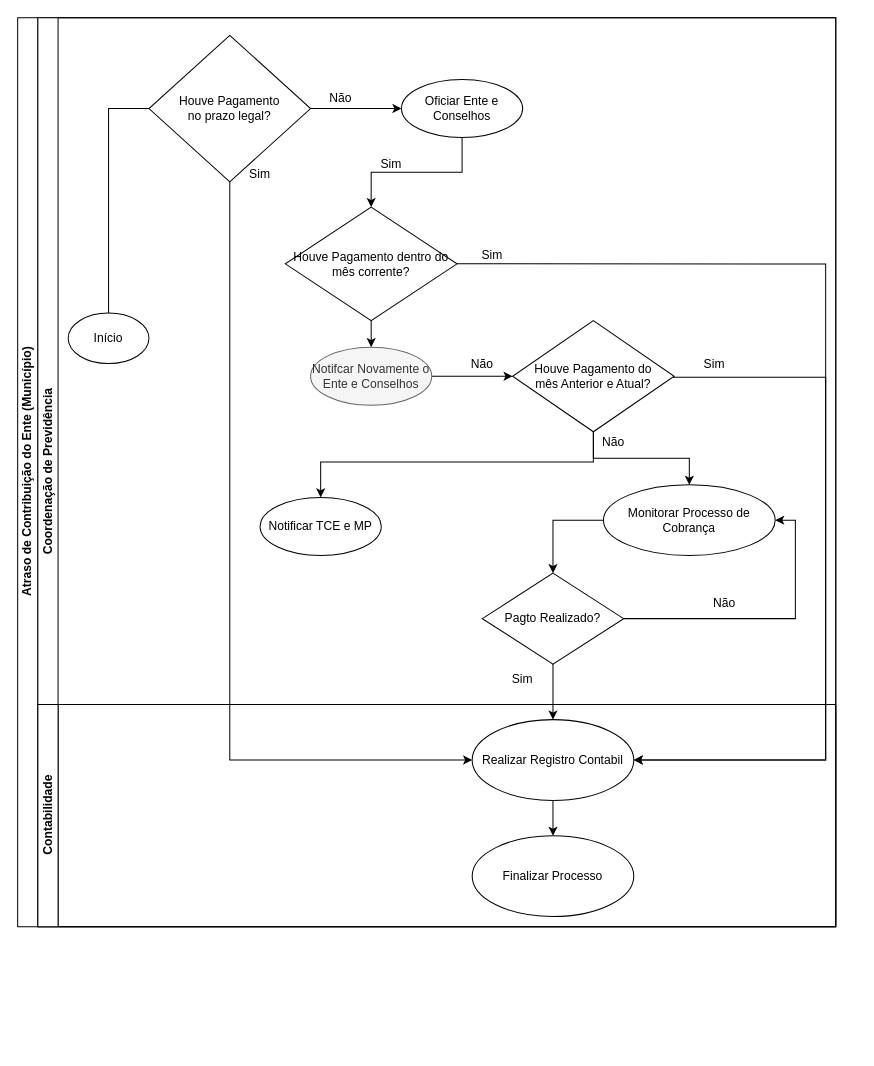
Above: CobrancaAtrasoDoEnte.drawio in Ramaniks/fluxogramas-toledoprev (draw.io), before the change. Source tidied: cells renumbered, new cells numbered last; positions are measured from the earlier drawing's top-left corner, leaving out a move shared by most shapes. Both pictures are drawn from the tidied source at 101%, with x=0, y=0 at pixel (17, 17).
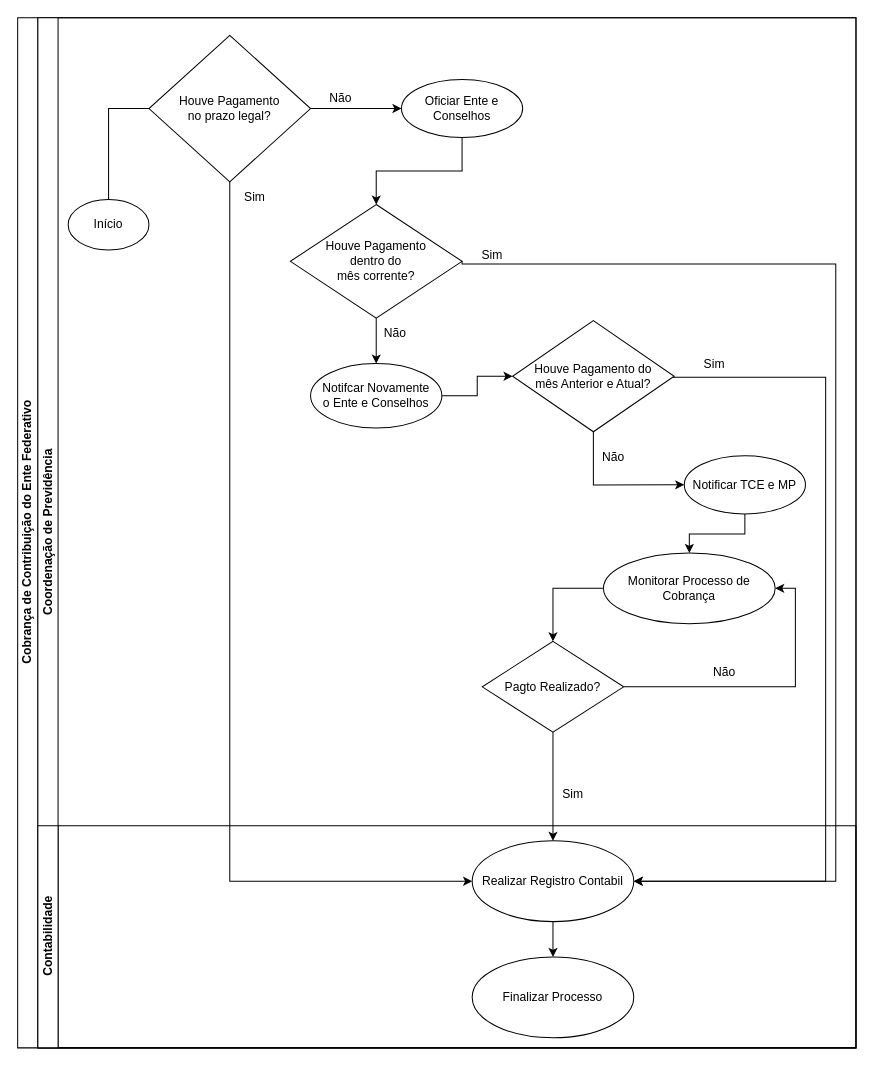
Above is the later version.

Commit message (it also covers changes not shown here):
Novos Ajustes visuais conforme mudou o entendimento.

The change refers to these unchanged cells:
```xml
<mxCell id="13" value="Houve Pagamento &lt;br&gt;no prazo legal?" style="rhombus;whiteSpace=wrap;html=1;" parent="3" vertex="1">
  <mxGeometry x="110" y="17.5" width="160" height="145" as="geometry" />
</mxCell>
<mxCell id="20" value="Houve Pagamento do &lt;br&gt;mês Anterior e Atual?" style="rhombus;whiteSpace=wrap;html=1;" parent="3" vertex="1">
  <mxGeometry x="470" y="300" width="160" height="110" as="geometry" />
</mxCell>
<mxCell id="34" value="Realizar Registro Contabil" style="ellipse;whiteSpace=wrap;html=1;" parent="32" vertex="1">
  <mxGeometry x="430" y="15" width="160" height="80" as="geometry" />
</mxCell>
```

Diff of the diagram source:
```diff
@@
-    <mxCell id="2" value="Atraso de Contribuição do Ente (Município)" style="swimlane;horizontal=0;startSize=20;html=1;" parent="1" vertex="1">
-      <mxGeometry width="810" height="900" as="geometry" />
+    <mxCell id="2" value="Cobrança de Contribuição do Ente Federativo" style="swimlane;horizontal=0;startSize=20;html=1;" parent="1" vertex="1">
+      <mxGeometry width="830" height="1020" as="geometry" />
     </mxCell>
     <mxCell id="3" value="Coordenação de Previdência" style="swimlane;startSize=20;horizontal=0;html=1;" parent="2" vertex="1">
-      <mxGeometry x="20" width="790" height="900" as="geometry" />
+      <mxGeometry x="20" width="810" height="1020" as="geometry" />
     </mxCell>
     <mxCell id="4" value="Início" style="ellipse;whiteSpace=wrap;html=1;" parent="3" vertex="1">
-      <mxGeometry x="30" y="292.5" width="80" height="50" as="geometry" />
+      <mxGeometry x="30" y="180" width="80" height="50" as="geometry" />
     </mxCell>
@@
-    <mxCell id="8" value="Notifcar Novamente o Ente e Conselhos" style="ellipse;whiteSpace=wrap;html=1;fillColor=#f5f5f5;fontColor=#333333;strokeColor=#666666;" parent="3" vertex="1">
-      <mxGeometry x="270" y="326.2" width="120" height="57.5" as="geometry" />
+    <mxCell id="8" value="Notifcar Novamente &lt;br&gt;o Ente e Conselhos" style="ellipse;whiteSpace=wrap;html=1;" parent="3" vertex="1">
+      <mxGeometry x="270" y="342.5" width="130" height="63.8" as="geometry" />
     </mxCell>
@@
     <mxCell id="10" value="Monitorar Processo de Cobrança" style="ellipse;whiteSpace=wrap;html=1;" parent="3" vertex="1">
-      <mxGeometry x="560" y="462.5" width="170" height="70" as="geometry" />
+      <mxGeometry x="560" y="530" width="170" height="70" as="geometry" />
     </mxCell>
@@
     <mxCell id="14" value="Sim" style="text;html=1;strokeColor=none;fillColor=none;align=center;verticalAlign=middle;whiteSpace=wrap;rounded=0;" parent="3" vertex="1">
-      <mxGeometry x="190" y="140" width="60" height="30" as="geometry" />
+      <mxGeometry x="185" y="162.5" width="60" height="30" as="geometry" />
     </mxCell>
@@
-    <mxCell id="16" value="Sim" style="text;html=1;strokeColor=none;fillColor=none;align=center;verticalAlign=middle;whiteSpace=wrap;rounded=0;" parent="3" vertex="1">
-      <mxGeometry x="320" y="130" width="60" height="30" as="geometry" />
-    </mxCell>
     <mxCell id="17" value="Não" style="text;html=1;strokeColor=none;fillColor=none;align=center;verticalAlign=middle;whiteSpace=wrap;rounded=0;" parent="3" vertex="1">
-      <mxGeometry x="410" y="327.5" width="60" height="30" as="geometry" />
+      <mxGeometry x="324" y="297.5" width="60" height="30" as="geometry" />
     </mxCell>
-    <mxCell id="18" style="edgeStyle=orthogonalEdgeStyle;rounded=0;jettySize=auto;html=1;" parent="3" edge="1" source="20" target="10">
-      <mxGeometry relative="1" as="geometry" />
-    </mxCell>
-    <mxCell id="19" style="edgeStyle=orthogonalEdgeStyle;rounded=0;jettySize=auto;html=1;entryX=1;entryY=0.5;entryDx=0;entryDy=0;" parent="3" edge="1" source="20" target="34">
-      <mxGeometry relative="1" as="geometry">
-        <Array as="points">
-          <mxPoint x="780" y="356" />
-          <mxPoint x="780" y="735" />
-        </Array>
-      </mxGeometry>
-    </mxCell>
+    <mxCell id="26" style="edgeStyle=orthogonalEdgeStyle;rounded=0;jettySize=auto;html=1;entryX=0;entryY=0.5;entryDx=0;entryDy=0;exitX=0.5;exitY=1;exitDx=0;exitDy=0;" parent="3" edge="1" source="20" target="25">
+      <mxGeometry relative="1" as="geometry" />
+    </mxCell>
@@
-    <mxCell id="22" style="edgeStyle=orthogonalEdgeStyle;rounded=0;jettySize=auto;html=1;entryX=1;entryY=0.5;entryDx=0;entryDy=0;exitX=1;exitY=0.5;exitDx=0;exitDy=0;" parent="3" edge="1" source="23" target="34">
-      <mxGeometry relative="1" as="geometry">
-        <Array as="points">
-          <mxPoint x="780" y="244" />
-          <mxPoint x="780" y="735" />
-        </Array>
-      </mxGeometry>
-    </mxCell>
-    <mxCell id="23" value="Houve Pagamento dentro do mês corrente?" style="rhombus;whiteSpace=wrap;html=1;" parent="3" vertex="1">
-      <mxGeometry x="245" y="187.5" width="170" height="112.5" as="geometry" />
+    <mxCell id="23" value="Houve Pagamento&lt;br&gt;dentro do &lt;br&gt;mês corrente?" style="rhombus;whiteSpace=wrap;html=1;" parent="3" vertex="1">
+      <mxGeometry x="250" y="185" width="170" height="112.5" as="geometry" />
     </mxCell>
@@
+    <mxCell id="39" style="edgeStyle=orthogonalEdgeStyle;rounded=0;jettySize=auto;html=1;" parent="3" edge="1" source="25" target="10">
+      <mxGeometry relative="1" as="geometry" />
+    </mxCell>
     <mxCell id="25" value="Notificar TCE e MP" style="ellipse;whiteSpace=wrap;html=1;" parent="3" vertex="1">
-      <mxGeometry x="220" y="475" width="120" height="57.5" as="geometry" />
+      <mxGeometry x="640" y="433.8" width="120" height="57.5" as="geometry" />
     </mxCell>
-    <mxCell id="26" style="edgeStyle=orthogonalEdgeStyle;rounded=0;jettySize=auto;html=1;entryX=0.5;entryY=0;entryDx=0;entryDy=0;" parent="3" edge="1" source="20" target="25">
-      <mxGeometry relative="1" as="geometry">
-        <Array as="points">
-          <mxPoint x="550" y="440" />
-          <mxPoint x="280" y="440" />
-        </Array>
-      </mxGeometry>
-    </mxCell>
     <mxCell id="27" value="Não" style="text;html=1;strokeColor=none;fillColor=none;align=center;verticalAlign=middle;whiteSpace=wrap;rounded=0;" parent="3" vertex="1">
-      <mxGeometry x="540" y="406.2" width="60" height="30" as="geometry" />
+      <mxGeometry x="540" y="420" width="60" height="30" as="geometry" />
     </mxCell>
     <mxCell id="28" style="edgeStyle=orthogonalEdgeStyle;rounded=0;jettySize=auto;html=1;entryX=1;entryY=0.5;entryDx=0;entryDy=0;exitX=1;exitY=0.5;exitDx=0;exitDy=0;" parent="3" edge="1" source="29" target="10">
       <mxGeometry relative="1" as="geometry">
         <Array as="points">
-          <mxPoint x="750" y="595" />
-          <mxPoint x="750" y="498" />
+          <mxPoint x="750" y="662.5" />
+          <mxPoint x="750" y="565.5" />
         </Array>
       </mxGeometry>
     </mxCell>
     <mxCell id="29" value="Pagto Realizado?" style="rhombus;whiteSpace=wrap;html=1;" parent="3" vertex="1">
-      <mxGeometry x="440" y="550" width="140" height="90" as="geometry" />
+      <mxGeometry x="440" y="617.5" width="140" height="90" as="geometry" />
     </mxCell>
     <mxCell id="30" value="Não" style="text;html=1;strokeColor=none;fillColor=none;align=center;verticalAlign=middle;whiteSpace=wrap;rounded=0;" parent="3" vertex="1">
-      <mxGeometry x="650" y="565" width="60" height="30" as="geometry" />
+      <mxGeometry x="650" y="632.5" width="60" height="30" as="geometry" />
     </mxCell>
     <mxCell id="31" value="Sim" style="text;html=1;strokeColor=none;fillColor=none;align=center;verticalAlign=middle;whiteSpace=wrap;rounded=0;" parent="3" vertex="1">
-      <mxGeometry x="450" y="640" width="60" height="30" as="geometry" />
+      <mxGeometry x="500" y="753.8" width="60" height="30" as="geometry" />
     </mxCell>
+    <mxCell id="38" value="Sim" style="text;html=1;strokeColor=none;fillColor=none;align=center;verticalAlign=middle;whiteSpace=wrap;rounded=0;" parent="3" vertex="1">
+      <mxGeometry x="420" y="220" width="60" height="30" as="geometry" />
+    </mxCell>
-    <mxCell id="32" value="Contabilidade" style="swimlane;startSize=20;horizontal=0;html=1;" parent="3" vertex="1">
-      <mxGeometry y="680" width="790" height="220" as="geometry" />
+    <mxCell id="32" value="Contabilidade" style="swimlane;startSize=20;horizontal=0;html=1;" parent="1" vertex="1">
+      <mxGeometry x="20" y="800" width="810" height="220" as="geometry" />
     </mxCell>
@@
+    <mxCell id="19" style="edgeStyle=orthogonalEdgeStyle;rounded=0;jettySize=auto;html=1;entryX=1;entryY=0.5;entryDx=0;entryDy=0;" parent="1" edge="1" source="20" target="34">
+      <mxGeometry relative="1" as="geometry">
+        <Array as="points">
+          <mxPoint x="800" y="356" />
+          <mxPoint x="800" y="855" />
+        </Array>
+      </mxGeometry>
+    </mxCell>
+    <mxCell id="22" style="edgeStyle=orthogonalEdgeStyle;rounded=0;jettySize=auto;html=1;entryX=1;entryY=0.5;entryDx=0;entryDy=0;exitX=1;exitY=0.5;exitDx=0;exitDy=0;" parent="1" edge="1" source="23" target="34">
+      <mxGeometry relative="1" as="geometry">
+        <Array as="points">
+          <mxPoint x="440" y="244" />
+          <mxPoint x="810" y="244" />
+          <mxPoint x="810" y="855" />
+        </Array>
+      </mxGeometry>
+    </mxCell>
-    <mxCell id="36" style="edgeStyle=orthogonalEdgeStyle;rounded=0;jettySize=auto;html=1;entryX=0;entryY=0.5;entryDx=0;entryDy=0;exitX=0.5;exitY=1;exitDx=0;exitDy=0;" parent="3" edge="1" source="13" target="34">
+    <mxCell id="36" style="edgeStyle=orthogonalEdgeStyle;rounded=0;jettySize=auto;html=1;entryX=0;entryY=0.5;entryDx=0;entryDy=0;exitX=0.5;exitY=1;exitDx=0;exitDy=0;" parent="1" edge="1" source="13" target="34">
       <mxGeometry relative="1" as="geometry">
         <Array as="points">
-          <mxPoint x="190" y="735" />
+          <mxPoint x="210" y="855" />
         </Array>
       </mxGeometry>
     </mxCell>
-    <mxCell id="37" style="edgeStyle=orthogonalEdgeStyle;rounded=0;jettySize=auto;html=1;" parent="3" edge="1" source="29" target="34">
+    <mxCell id="37" style="edgeStyle=orthogonalEdgeStyle;rounded=0;jettySize=auto;html=1;" parent="1" edge="1" source="29" target="34">
       <mxGeometry relative="1" as="geometry" />
     </mxCell>
-    <mxCell id="38" value="Sim" style="text;html=1;strokeColor=none;fillColor=none;align=center;verticalAlign=middle;whiteSpace=wrap;rounded=0;" parent="3" vertex="1">
-      <mxGeometry x="420" y="220" width="60" height="30" as="geometry" />
-    </mxCell>
```
